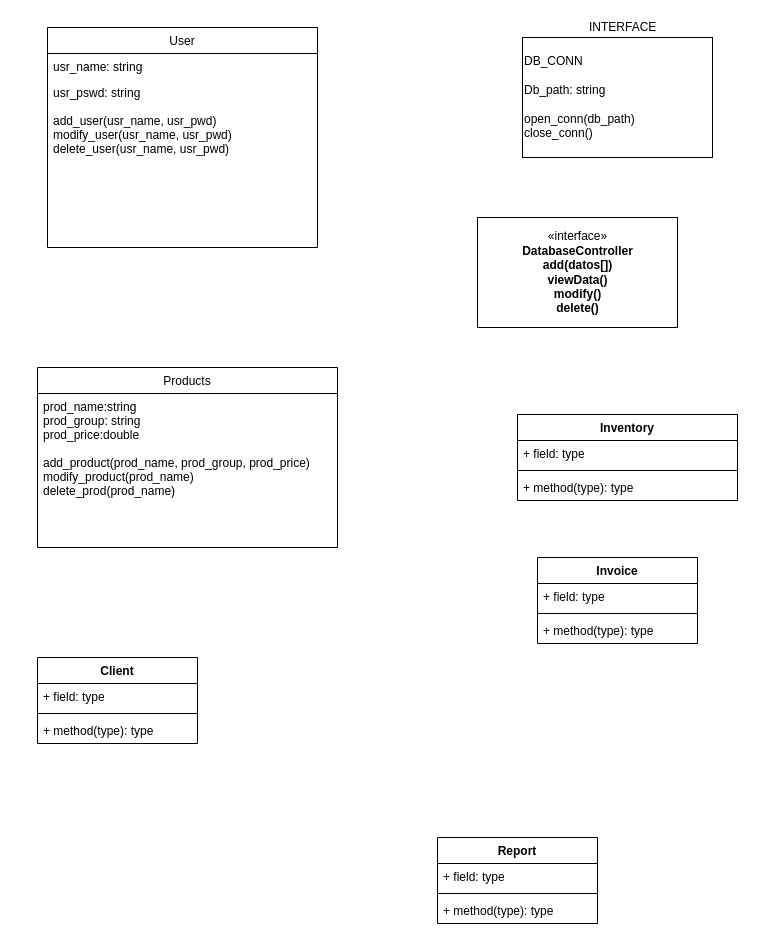
Before: polux_uml.drawio in rickyt03/-polux, a draw.io diagram. Source tidied: cells renumbered, new cells numbered last; positions are measured from the earlier drawing's top-left corner, leaving out a move shared by most shapes. Both pictures are drawn from the tidied source at 100%, with x=0, y=0 at pixel (37, 17).
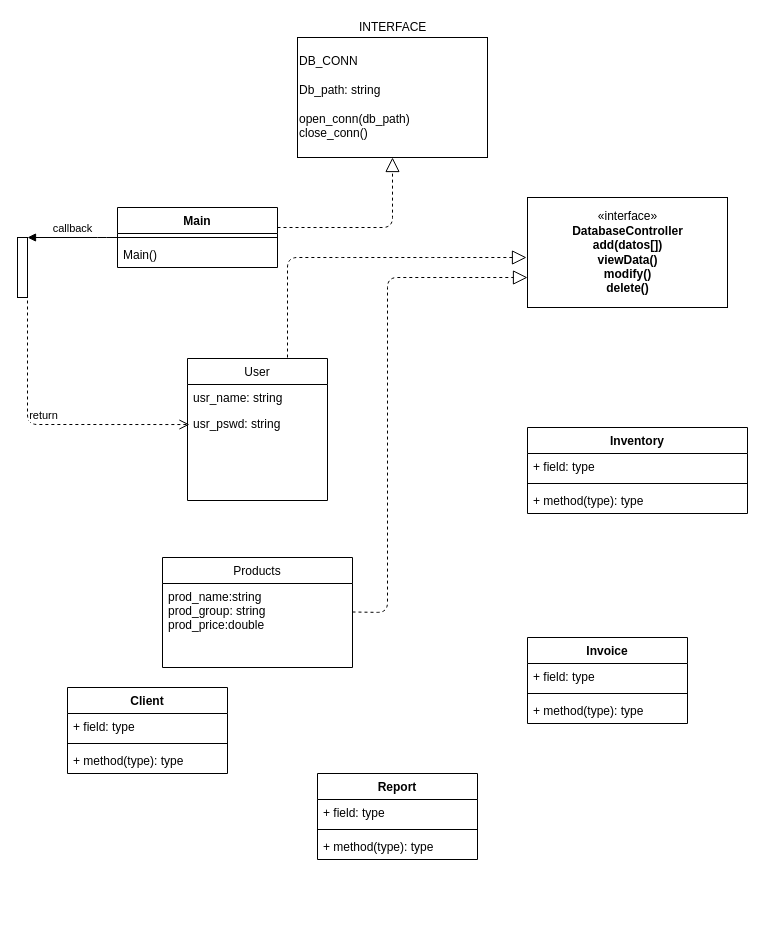
The same diagram, later.

Change to the diagram source:
```diff
@@
     <mxCell id="2" value="&lt;div style=&quot;text-align: justify&quot;&gt;&lt;span&gt;DB_CONN&lt;/span&gt;&lt;/div&gt;&lt;div style=&quot;text-align: justify&quot;&gt;&lt;br&gt;&lt;/div&gt;&lt;div style=&quot;text-align: justify&quot;&gt;&lt;span&gt;Db_path: string&lt;/span&gt;&lt;/div&gt;&lt;div style=&quot;text-align: justify&quot;&gt;&lt;br&gt;&lt;/div&gt;&lt;div style=&quot;text-align: justify&quot;&gt;open_conn(db_path)&lt;/div&gt;&lt;div style=&quot;text-align: justify&quot;&gt;close_conn()&lt;/div&gt;" style="html=1;align=left;" parent="1" vertex="1">
-      <mxGeometry x="485" y="20" width="190" height="120" as="geometry" />
+      <mxGeometry x="260" y="20" width="190" height="120" as="geometry" />
     </mxCell>
     <mxCell id="3" value="User" style="swimlane;fontStyle=0;horizontal=1;startSize=26;fillColor=none;" parent="1" vertex="1">
-      <mxGeometry x="10" y="10" width="270" height="220" as="geometry" />
+      <mxGeometry x="150" y="341" width="140" height="142" as="geometry" />
     </mxCell>
     <mxCell id="4" value="usr_name: string" style="text;strokeColor=none;fillColor=none;align=left;verticalAlign=top;spacingLeft=4;spacingRight=4;overflow=hidden;" parent="3" vertex="1">
-      <mxGeometry y="26" width="270" height="26" as="geometry" />
+      <mxGeometry y="26" width="140" height="26" as="geometry" />
     </mxCell>
-    <mxCell id="5" value="usr_pswd: string&#10;&#10;add_user(usr_name, usr_pwd)&#10;modify_user(usr_name, usr_pwd)&#10;delete_user(usr_name, usr_pwd)" style="text;strokeColor=none;fillColor=none;align=left;verticalAlign=top;spacingLeft=4;spacingRight=4;overflow=hidden;points=[[0,0.5],[1,0.5]];portConstraint=eastwest;" parent="3" vertex="1">
-      <mxGeometry y="52" width="270" height="168" as="geometry" />
+    <mxCell id="5" value="usr_pswd: string" style="text;strokeColor=none;fillColor=none;align=left;verticalAlign=top;spacingLeft=4;spacingRight=4;overflow=hidden;points=[[0,0.5],[1,0.5]];portConstraint=eastwest;" parent="3" vertex="1">
+      <mxGeometry y="52" width="140" height="90" as="geometry" />
     </mxCell>
     <mxCell id="6" value="Products" style="swimlane;fontStyle=0;horizontal=1;startSize=26;fillColor=none;" parent="1" vertex="1">
-      <mxGeometry y="350" width="300" height="180" as="geometry" />
+      <mxGeometry x="125" y="540" width="190" height="110" as="geometry" />
     </mxCell>
-    <mxCell id="7" value="prod_name:string&#10;prod_group: string&#10;prod_price:double&#10;&#10;add_product(prod_name, prod_group, prod_price)&#10;modify_product(prod_name)&#10;delete_prod(prod_name)&#10;" style="text;strokeColor=none;fillColor=none;align=left;verticalAlign=top;spacingLeft=4;spacingRight=4;overflow=hidden;" parent="6" vertex="1">
-      <mxGeometry y="26" width="300" height="154" as="geometry" />
+    <mxCell id="7" value="prod_name:string&#10;prod_group: string&#10;prod_price:double&#10;" style="text;strokeColor=none;fillColor=none;align=left;verticalAlign=top;spacingLeft=4;spacingRight=4;overflow=hidden;" parent="6" vertex="1">
+      <mxGeometry y="26" width="190" height="84" as="geometry" />
     </mxCell>
     <mxCell id="8" value="INTERFACE" style="text;html=1;align=left;verticalAlign=top;spacingTop=-4;" parent="1" vertex="1">
-      <mxGeometry x="550" width="80" height="20" as="geometry" />
+      <mxGeometry x="320" width="80" height="20" as="geometry" />
     </mxCell>
     <mxCell id="9" value="Inventory" style="swimlane;fontStyle=1;align=center;verticalAlign=top;horizontal=1;startSize=26;" parent="1" vertex="1">
-      <mxGeometry x="480" y="397" width="220" height="86" as="geometry" />
+      <mxGeometry x="490" y="410" width="220" height="86" as="geometry" />
     </mxCell>
@@
     <mxCell id="13" value="Invoice" style="swimlane;fontStyle=1;align=center;verticalAlign=top;horizontal=1;startSize=26;" parent="1" vertex="1">
-      <mxGeometry x="500" y="540" width="160" height="86" as="geometry" />
+      <mxGeometry x="490" y="620" width="160" height="86" as="geometry" />
     </mxCell>
@@
     <mxCell id="17" value="Client" style="swimlane;fontStyle=1;align=center;verticalAlign=top;horizontal=1;startSize=26;" parent="1" vertex="1">
-      <mxGeometry y="640" width="160" height="86" as="geometry" />
+      <mxGeometry x="30" y="670" width="160" height="86" as="geometry" />
     </mxCell>
@@
     <mxCell id="21" value="Report" style="swimlane;fontStyle=1;align=center;verticalAlign=top;horizontal=1;startSize=26;" parent="1" vertex="1">
-      <mxGeometry x="400" y="820" width="160" height="86" as="geometry" />
+      <mxGeometry x="280" y="756" width="160" height="86" as="geometry" />
     </mxCell>
@@
     <mxCell id="25" value="«interface»&lt;br&gt;&lt;b&gt;DatabaseController&lt;br&gt;add(datos[])&lt;br&gt;viewData()&lt;br&gt;modify()&lt;br&gt;delete()&lt;br&gt;&lt;/b&gt;" style="html=1;" parent="1" vertex="1">
-      <mxGeometry x="440" y="200" width="200" height="110" as="geometry" />
+      <mxGeometry x="490" y="180" width="200" height="110" as="geometry" />
     </mxCell>
+    <mxCell id="26" value="Main" style="swimlane;fontStyle=1;align=center;verticalAlign=top;horizontal=1;startSize=26;" parent="1" vertex="1">
+      <mxGeometry x="80" y="190" width="160" height="60" as="geometry" />
+    </mxCell>
+    <mxCell id="27" style="line;strokeWidth=1;fillColor=none;align=left;verticalAlign=middle;spacingTop=-1;spacingLeft=3;spacingRight=3;labelPosition=right;" parent="26" vertex="1">
+      <mxGeometry y="26" width="160" height="8" as="geometry" />
+    </mxCell>
+    <mxCell id="28" value="Main()" style="text;strokeColor=none;fillColor=none;align=left;verticalAlign=top;spacingLeft=4;spacingRight=4;overflow=hidden;" parent="26" vertex="1">
+      <mxGeometry y="34" width="160" height="26" as="geometry" />
+    </mxCell>
+    <mxCell id="29" style="endArrow=block;dashed=1;endFill=0;endSize=12;html=1;" parent="1" edge="1">
+      <mxGeometry relative="1" as="geometry">
+        <mxPoint x="315" y="594.5" as="sourcePoint" />
+        <mxPoint x="490" y="260" as="targetPoint" />
+        <Array as="points">
+          <mxPoint x="350" y="595" />
+          <mxPoint x="350" y="260" />
+        </Array>
+      </mxGeometry>
+    </mxCell>
+    <mxCell id="30" style="endArrow=block;dashed=1;endFill=0;endSize=12;html=1;entryX=0.5;entryY=1;entryDx=0;entryDy=0;" parent="1" edge="1" target="2">
+      <mxGeometry relative="1" as="geometry">
+        <mxPoint x="240" y="210" as="sourcePoint" />
+        <Array as="points">
+          <mxPoint x="355" y="210" />
+        </Array>
+      </mxGeometry>
+    </mxCell>
+    <mxCell id="31" style="html=1;points=[];perimeter=orthogonalPerimeter;" parent="1" vertex="1">
+      <mxGeometry x="-20" y="220" width="10" height="60" as="geometry" />
+    </mxCell>
+    <mxCell id="32" value="callback" style="html=1;verticalAlign=bottom;endArrow=block;entryX=1;entryY=0;" parent="1" edge="1" target="31">
+      <mxGeometry relative="1" as="geometry">
+        <mxPoint x="81" y="220" as="sourcePoint" />
+        <Array as="points">
+          <mxPoint x="70" y="220" />
+        </Array>
+      </mxGeometry>
+    </mxCell>
+    <mxCell id="33" value="return" style="html=1;verticalAlign=bottom;endArrow=open;dashed=1;endSize=8;exitX=1;exitY=0.95;entryX=0.014;entryY=0.156;entryDx=0;entryDy=0;entryPerimeter=0;" parent="1" edge="1" source="31" target="5">
+      <mxGeometry relative="1" as="geometry">
+        <Array as="points">
+          <mxPoint x="-10" y="407" />
+        </Array>
+      </mxGeometry>
+    </mxCell>
+    <mxCell id="34" style="endArrow=block;dashed=1;endFill=0;endSize=12;html=1;" parent="1" edge="1">
+      <mxGeometry relative="1" as="geometry">
+        <mxPoint x="250" y="340" as="sourcePoint" />
+        <mxPoint x="489" y="240" as="targetPoint" />
+        <Array as="points">
+          <mxPoint x="250" y="240" />
+          <mxPoint x="310" y="240" />
+          <mxPoint x="400" y="240" />
+        </Array>
+      </mxGeometry>
+    </mxCell>
```
